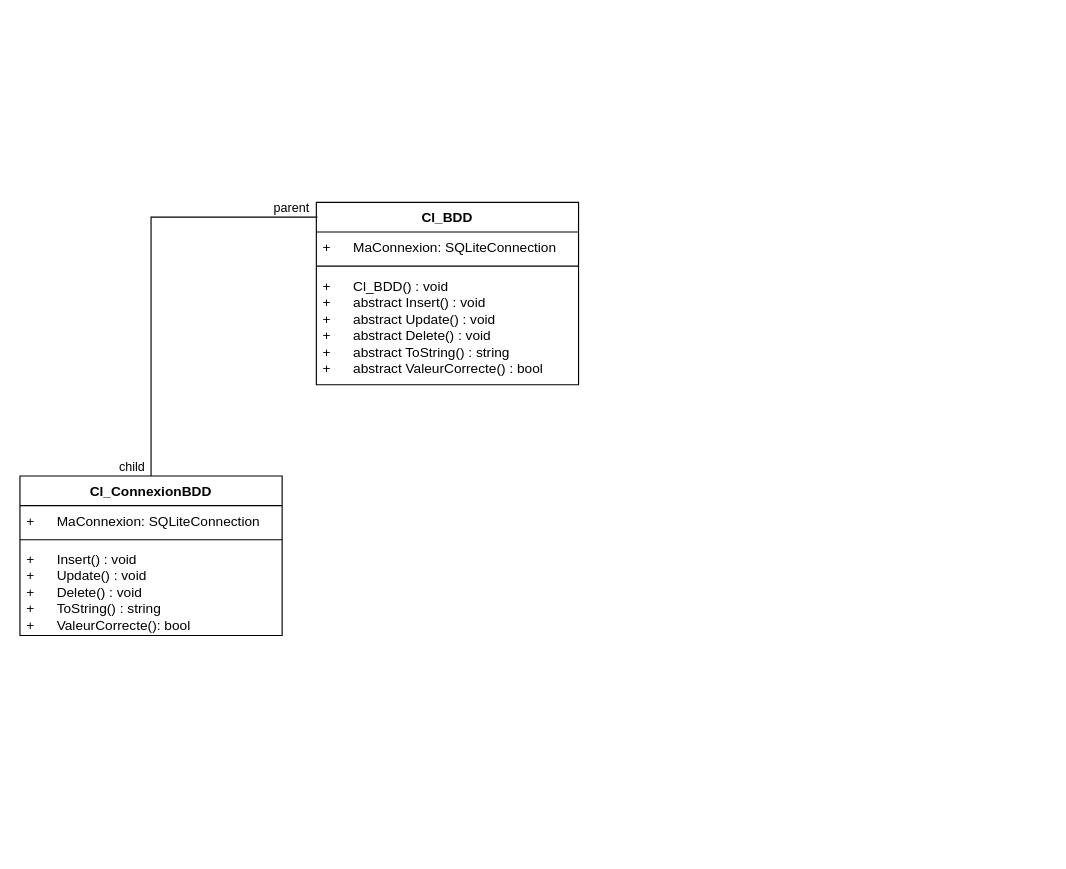
Above: GestionMessage/Document/Diagramme de classe.drawio in johanvadenne/GestionMessage (draw.io), before the change. Source tidied: cells renumbered, new cells numbered last; positions are measured from the earlier drawing's top-left corner, leaving out a move shared by most shapes. Both pictures are drawn from the tidied source at 114%, with x=0, y=0 at pixel (19, 202).
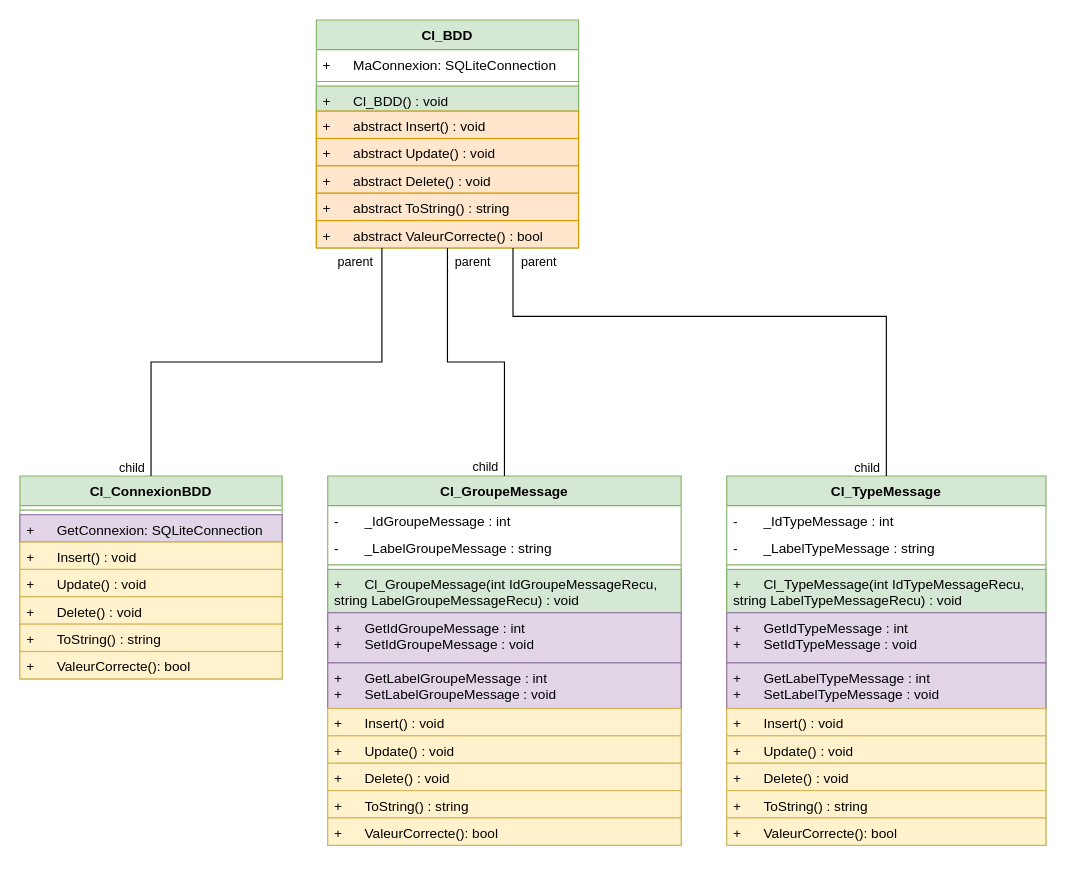
The same diagram, later.

Commit message:
Mettre à jour Diagramme de classe.drawio

Diff of the diagram source:
```diff
@@
-    <mxCell id="2" value="&lt;div&gt;Cl_BDD&lt;/div&gt;" style="swimlane;fontStyle=1;align=center;verticalAlign=top;horizontal=1;startSize=26;whiteSpace=wrap;html=1;" parent="1" vertex="1">
-      <mxGeometry x="260" width="230" height="160" as="geometry" />
+    <mxCell id="2" value="&lt;div&gt;Cl_BDD&lt;/div&gt;" style="swimlane;fontStyle=1;align=center;verticalAlign=top;horizontal=1;startSize=26;whiteSpace=wrap;html=1;fillColor=#d5e8d4;strokeColor=#82b366;" parent="1" vertex="1">
+      <mxGeometry x="260" y="-160" width="230" height="200" as="geometry" />
     </mxCell>
     <mxCell id="3" value="+&lt;span style=&quot;white-space: pre;&quot;&gt;&#9;&lt;/span&gt;MaConnexion: SQLiteConnection" style="text;strokeColor=none;fillColor=none;align=left;verticalAlign=top;spacingLeft=4;spacingRight=4;overflow=hidden;whiteSpace=wrap;html=1;" parent="2" vertex="1">
-      <mxGeometry y="26" width="230" height="26" as="geometry" />
+      <mxGeometry y="26" width="230" height="24" as="geometry" />
     </mxCell>
     <mxCell id="4" style="line;strokeWidth=1;fillColor=none;align=left;verticalAlign=middle;spacingTop=-1;spacingLeft=3;spacingRight=3;labelPosition=right;strokeColor=inherit;" parent="2" vertex="1">
-      <mxGeometry y="52" width="230" height="8" as="geometry" />
+      <mxGeometry y="50" width="230" height="8" as="geometry" />
     </mxCell>
-    <mxCell id="5" value="&lt;div&gt;+&lt;span style=&quot;white-space: pre;&quot;&gt;&#9;&lt;/span&gt;Cl_BDD() : void&lt;/div&gt;&lt;div&gt;+&lt;span style=&quot;white-space: pre;&quot;&gt;&#9;&lt;/span&gt;abstract Insert() : void&lt;br&gt;+&lt;span style=&quot;white-space: pre;&quot;&gt;&#9;&lt;/span&gt;abstract Update() : void&lt;br&gt;+&lt;span style=&quot;white-space: pre;&quot;&gt;&#9;&lt;/span&gt;abstract Delete() : void&lt;/div&gt;&lt;div&gt;+ &lt;span style=&quot;white-space: pre;&quot;&gt;&#9;&lt;/span&gt;&lt;span style=&quot;white-space: pre;&quot;&gt;&lt;/span&gt;abstract ToString() : string&lt;br&gt;&lt;/div&gt;&lt;div&gt;&lt;div&gt;+ &lt;span style=&quot;white-space: pre;&quot;&gt;&#9;&lt;/span&gt;&lt;span style=&quot;white-space: pre;&quot;&gt;&lt;/span&gt;abstract ValeurCorrecte() : bool&lt;br&gt;&lt;/div&gt;&lt;/div&gt;" style="text;strokeColor=none;fillColor=none;align=left;verticalAlign=top;spacingLeft=4;spacingRight=4;overflow=hidden;whiteSpace=wrap;html=1;" parent="2" vertex="1">
-      <mxGeometry y="60" width="230" height="100" as="geometry" />
+    <mxCell id="5" value="&lt;div&gt;+&lt;span style=&quot;white-space: pre;&quot;&gt;&#9;&lt;/span&gt;Cl_BDD() : void&lt;/div&gt;" style="text;strokeColor=#82b366;fillColor=#d5e8d4;align=left;verticalAlign=top;spacingLeft=4;spacingRight=4;overflow=hidden;whiteSpace=wrap;html=1;" parent="2" vertex="1">
+      <mxGeometry y="58" width="230" height="22" as="geometry" />
     </mxCell>
+    <mxCell id="13" value="+&lt;span style=&quot;white-space: pre;&quot;&gt;&#9;&lt;/span&gt;abstract Insert() : void" style="text;strokeColor=#d79b00;fillColor=#ffe6cc;align=left;verticalAlign=top;spacingLeft=4;spacingRight=4;overflow=hidden;whiteSpace=wrap;html=1;" parent="2" vertex="1">
+      <mxGeometry y="80" width="230" height="24" as="geometry" />
+    </mxCell>
+    <mxCell id="14" value="+&lt;span style=&quot;white-space: pre;&quot;&gt;&#9;&lt;/span&gt;abstract Update() : void" style="text;strokeColor=#d79b00;fillColor=#ffe6cc;align=left;verticalAlign=top;spacingLeft=4;spacingRight=4;overflow=hidden;whiteSpace=wrap;html=1;" parent="2" vertex="1">
+      <mxGeometry y="104" width="230" height="24" as="geometry" />
+    </mxCell>
+    <mxCell id="15" value="+&lt;span style=&quot;white-space: pre;&quot;&gt;&#9;&lt;/span&gt;abstract Delete() : void" style="text;strokeColor=#d79b00;fillColor=#ffe6cc;align=left;verticalAlign=top;spacingLeft=4;spacingRight=4;overflow=hidden;whiteSpace=wrap;html=1;" parent="2" vertex="1">
+      <mxGeometry y="128" width="230" height="24" as="geometry" />
+    </mxCell>
+    <mxCell id="16" value="+ &lt;span style=&quot;white-space: pre;&quot;&gt;&#9;&lt;/span&gt;&lt;span style=&quot;white-space: pre;&quot;&gt;&lt;/span&gt;abstract ToString() : string" style="text;strokeColor=#d79b00;fillColor=#ffe6cc;align=left;verticalAlign=top;spacingLeft=4;spacingRight=4;overflow=hidden;whiteSpace=wrap;html=1;" parent="2" vertex="1">
+      <mxGeometry y="152" width="230" height="24" as="geometry" />
+    </mxCell>
+    <mxCell id="17" value="+ &lt;span style=&quot;white-space: pre;&quot;&gt;&#9;&lt;/span&gt;&lt;span style=&quot;white-space: pre;&quot;&gt;&lt;/span&gt;abstract ValeurCorrecte() : bool" style="text;strokeColor=#d79b00;fillColor=#ffe6cc;align=left;verticalAlign=top;spacingLeft=4;spacingRight=4;overflow=hidden;whiteSpace=wrap;html=1;" parent="2" vertex="1">
+      <mxGeometry y="176" width="230" height="24" as="geometry" />
+    </mxCell>
-    <mxCell id="6" value="&lt;div&gt;Cl_ConnexionBDD&lt;br&gt;&lt;/div&gt;" style="swimlane;fontStyle=1;align=center;verticalAlign=top;horizontal=1;startSize=26;whiteSpace=wrap;html=1;" parent="1" vertex="1">
-      <mxGeometry y="240" width="230" height="140" as="geometry" />
+    <mxCell id="6" value="&lt;div&gt;Cl_ConnexionBDD&lt;br&gt;&lt;/div&gt;" style="swimlane;fontStyle=1;align=center;verticalAlign=top;horizontal=1;startSize=26;whiteSpace=wrap;html=1;fillColor=#d5e8d4;strokeColor=#82b366;" parent="1" vertex="1">
+      <mxGeometry y="240" width="230" height="178" as="geometry" />
     </mxCell>
-    <mxCell id="7" value="+&lt;span style=&quot;white-space: pre;&quot;&gt;&#9;&lt;/span&gt;MaConnexion: SQLiteConnection" style="text;strokeColor=none;fillColor=none;align=left;verticalAlign=top;spacingLeft=4;spacingRight=4;overflow=hidden;whiteSpace=wrap;html=1;" parent="6" vertex="1">
-      <mxGeometry y="26" width="230" height="26" as="geometry" />
-    </mxCell>
     <mxCell id="8" style="line;strokeWidth=1;fillColor=none;align=left;verticalAlign=middle;spacingTop=-1;spacingLeft=3;spacingRight=3;labelPosition=right;strokeColor=inherit;" parent="6" vertex="1">
-      <mxGeometry y="52" width="230" height="8" as="geometry" />
+      <mxGeometry y="26" width="230" height="8" as="geometry" />
     </mxCell>
-    <mxCell id="9" value="+&lt;span style=&quot;white-space: pre;&quot;&gt;&#9;&lt;/span&gt;Insert() : void&lt;div&gt;+&lt;span style=&quot;white-space: pre;&quot;&gt;&#9;&lt;/span&gt;Update() : void&lt;br&gt;+&lt;span style=&quot;white-space: pre;&quot;&gt;&#9;&lt;/span&gt;Delete() : void&lt;br&gt;&lt;/div&gt;&lt;div&gt;+ &lt;span style=&quot;white-space: pre;&quot;&gt;&#9;&lt;/span&gt;ToString() : string&lt;/div&gt;&lt;div&gt;+&lt;span style=&quot;white-space: pre;&quot;&gt;&#9;&lt;/span&gt;ValeurCorrecte(): bool&lt;br&gt;&lt;/div&gt;" style="text;strokeColor=none;fillColor=none;align=left;verticalAlign=top;spacingLeft=4;spacingRight=4;overflow=hidden;whiteSpace=wrap;html=1;" parent="6" vertex="1">
-      <mxGeometry y="60" width="230" height="80" as="geometry" />
+    <mxCell id="9" value="&lt;div&gt;+&lt;span style=&quot;white-space: pre;&quot;&gt;&#9;&lt;/span&gt;GetConnexion: SQLiteConnection&lt;/div&gt;" style="text;strokeColor=#9673a6;fillColor=#e1d5e7;align=left;verticalAlign=top;spacingLeft=4;spacingRight=4;overflow=hidden;whiteSpace=wrap;html=1;" parent="6" vertex="1">
+      <mxGeometry y="34" width="230" height="24" as="geometry" />
     </mxCell>
+    <mxCell id="18" value="+&lt;span style=&quot;white-space: pre;&quot;&gt;&#9;&lt;/span&gt;Insert() : void" style="text;strokeColor=#d6b656;fillColor=#fff2cc;align=left;verticalAlign=top;spacingLeft=4;spacingRight=4;overflow=hidden;whiteSpace=wrap;html=1;" parent="6" vertex="1">
+      <mxGeometry y="58" width="230" height="24" as="geometry" />
+    </mxCell>
+    <mxCell id="19" value="+&lt;span style=&quot;white-space: pre;&quot;&gt;&#9;&lt;/span&gt;Update() : void" style="text;strokeColor=#d6b656;fillColor=#fff2cc;align=left;verticalAlign=top;spacingLeft=4;spacingRight=4;overflow=hidden;whiteSpace=wrap;html=1;" parent="6" vertex="1">
+      <mxGeometry y="82" width="230" height="24" as="geometry" />
+    </mxCell>
+    <mxCell id="20" value="+&lt;span style=&quot;white-space: pre;&quot;&gt;&#9;&lt;/span&gt;Delete() : void" style="text;strokeColor=#d6b656;fillColor=#fff2cc;align=left;verticalAlign=top;spacingLeft=4;spacingRight=4;overflow=hidden;whiteSpace=wrap;html=1;" parent="6" vertex="1">
+      <mxGeometry y="106" width="230" height="24" as="geometry" />
+    </mxCell>
+    <mxCell id="21" value="+ &lt;span style=&quot;white-space: pre;&quot;&gt;&#9;&lt;/span&gt;ToString() : string" style="text;strokeColor=#d6b656;fillColor=#fff2cc;align=left;verticalAlign=top;spacingLeft=4;spacingRight=4;overflow=hidden;whiteSpace=wrap;html=1;" parent="6" vertex="1">
+      <mxGeometry y="130" width="230" height="24" as="geometry" />
+    </mxCell>
+    <mxCell id="22" value="&lt;div&gt;+&lt;span style=&quot;white-space: pre;&quot;&gt;&#9;&lt;/span&gt;ValeurCorrecte(): bool&lt;br&gt;&lt;/div&gt;" style="text;strokeColor=#d6b656;fillColor=#fff2cc;align=left;verticalAlign=top;spacingLeft=4;spacingRight=4;overflow=hidden;whiteSpace=wrap;html=1;" parent="6" vertex="1">
+      <mxGeometry y="154" width="230" height="24" as="geometry" />
+    </mxCell>
-    <mxCell id="10" style="endArrow=none;html=1;edgeStyle=orthogonalEdgeStyle;rounded=0;entryX=0.5;entryY=0;entryDx=0;entryDy=0;exitX=0.004;exitY=0.081;exitDx=0;exitDy=0;exitPerimeter=0;" parent="1" edge="1" source="2" target="6">
+    <mxCell id="10" style="endArrow=none;html=1;edgeStyle=orthogonalEdgeStyle;rounded=0;entryX=0.5;entryY=0;entryDx=0;entryDy=0;exitX=0.25;exitY=1;exitDx=0;exitDy=0;" parent="1" edge="1" source="2" target="6">
       <mxGeometry relative="1" as="geometry" />
     </mxCell>
     <mxCell id="11" value="parent" style="edgeLabel;html=1;align=left;verticalAlign=bottom;" parent="10" vertex="1">
       <mxGeometry x="-1" relative="1" as="geometry">
-        <mxPoint x="-40" as="offset" />
+        <mxPoint x="-40" y="20" as="offset" />
       </mxGeometry>
     </mxCell>
@@
+    <mxCell id="23" value="&lt;div&gt;Cl_GroupeMessage&lt;/div&gt;" style="swimlane;fontStyle=1;align=center;verticalAlign=top;horizontal=1;startSize=26;whiteSpace=wrap;html=1;fillColor=#d5e8d4;strokeColor=#82b366;" parent="1" vertex="1">
+      <mxGeometry x="270" y="240" width="310" height="324" as="geometry" />
+    </mxCell>
+    <mxCell id="24" value="&lt;div&gt;-&lt;span style=&quot;white-space: pre;&quot;&gt;&#9;&lt;/span&gt;_IdGroupeMessage : int&lt;/div&gt;&lt;div&gt;&lt;br&gt;&lt;/div&gt;" style="text;strokeColor=none;fillColor=none;align=left;verticalAlign=top;spacingLeft=4;spacingRight=4;overflow=hidden;whiteSpace=wrap;html=1;" parent="23" vertex="1">
+      <mxGeometry y="26" width="310" height="24" as="geometry" />
+    </mxCell>
+    <mxCell id="25" value="&lt;div&gt;-&lt;span style=&quot;white-space: pre;&quot;&gt;&#9;&lt;/span&gt;_LabelGroupeMessage : string&lt;/div&gt;" style="text;strokeColor=none;fillColor=none;align=left;verticalAlign=top;spacingLeft=4;spacingRight=4;overflow=hidden;whiteSpace=wrap;html=1;" parent="23" vertex="1">
+      <mxGeometry y="50" width="310" height="24" as="geometry" />
+    </mxCell>
+    <mxCell id="26" style="line;strokeWidth=1;fillColor=none;align=left;verticalAlign=middle;spacingTop=-1;spacingLeft=3;spacingRight=3;labelPosition=right;strokeColor=inherit;" parent="23" vertex="1">
+      <mxGeometry y="74" width="310" height="8" as="geometry" />
+    </mxCell>
+    <mxCell id="27" value="&lt;div&gt;+&lt;span style=&quot;white-space: pre;&quot;&gt;&#9;Cl_GroupeMessage(int IdGroupeMessageRecu, &lt;/span&gt;&lt;/div&gt;&lt;div&gt;&lt;span style=&quot;white-space: pre;&quot;&gt;string LabelGroupeMessageRecu) : void&lt;/span&gt;&lt;/div&gt;" style="text;strokeColor=#82b366;fillColor=#d5e8d4;align=left;verticalAlign=top;spacingLeft=4;spacingRight=4;overflow=hidden;whiteSpace=wrap;html=1;" parent="23" vertex="1">
+      <mxGeometry y="82" width="310" height="38" as="geometry" />
+    </mxCell>
+    <mxCell id="28" value="&lt;div&gt;+&lt;span style=&quot;white-space: pre;&quot;&gt;&#9;Get&lt;/span&gt;IdGroupeMessage : int&lt;/div&gt;&lt;div&gt;+&lt;span style=&quot;white-space: pre;&quot;&gt;&#9;Set&lt;/span&gt;IdGroupeMessage : void&lt;/div&gt;" style="text;strokeColor=#9673a6;fillColor=#e1d5e7;align=left;verticalAlign=top;spacingLeft=4;spacingRight=4;overflow=hidden;whiteSpace=wrap;html=1;" parent="23" vertex="1">
+      <mxGeometry y="120" width="310" height="44" as="geometry" />
+    </mxCell>
+    <mxCell id="29" value="&lt;div&gt;+&lt;span style=&quot;white-space: pre;&quot;&gt;&#9;&lt;/span&gt;GetLabelGroupeMessage : int&lt;/div&gt;&lt;div&gt;+&lt;span style=&quot;white-space: pre;&quot;&gt;&#9;&lt;/span&gt;SetLabelGroupeMessage : void&lt;/div&gt;" style="text;strokeColor=#9673a6;fillColor=#e1d5e7;align=left;verticalAlign=top;spacingLeft=4;spacingRight=4;overflow=hidden;whiteSpace=wrap;html=1;" parent="23" vertex="1">
+      <mxGeometry y="164" width="310" height="40" as="geometry" />
+    </mxCell>
+    <mxCell id="30" value="+&lt;span style=&quot;white-space: pre;&quot;&gt;&#9;&lt;/span&gt;Insert() : void" style="text;strokeColor=#d6b656;fillColor=#fff2cc;align=left;verticalAlign=top;spacingLeft=4;spacingRight=4;overflow=hidden;whiteSpace=wrap;html=1;" parent="23" vertex="1">
+      <mxGeometry y="204" width="310" height="24" as="geometry" />
+    </mxCell>
+    <mxCell id="31" value="+&lt;span style=&quot;white-space: pre;&quot;&gt;&#9;&lt;/span&gt;Update() : void" style="text;strokeColor=#d6b656;fillColor=#fff2cc;align=left;verticalAlign=top;spacingLeft=4;spacingRight=4;overflow=hidden;whiteSpace=wrap;html=1;" parent="23" vertex="1">
+      <mxGeometry y="228" width="310" height="24" as="geometry" />
+    </mxCell>
+    <mxCell id="32" value="+&lt;span style=&quot;white-space: pre;&quot;&gt;&#9;&lt;/span&gt;Delete() : void" style="text;strokeColor=#d6b656;fillColor=#fff2cc;align=left;verticalAlign=top;spacingLeft=4;spacingRight=4;overflow=hidden;whiteSpace=wrap;html=1;" parent="23" vertex="1">
+      <mxGeometry y="252" width="310" height="24" as="geometry" />
+    </mxCell>
+    <mxCell id="33" value="+ &lt;span style=&quot;white-space: pre;&quot;&gt;&#9;&lt;/span&gt;ToString() : string" style="text;strokeColor=#d6b656;fillColor=#fff2cc;align=left;verticalAlign=top;spacingLeft=4;spacingRight=4;overflow=hidden;whiteSpace=wrap;html=1;" parent="23" vertex="1">
+      <mxGeometry y="276" width="310" height="24" as="geometry" />
+    </mxCell>
+    <mxCell id="34" value="&lt;div&gt;+&lt;span style=&quot;white-space: pre;&quot;&gt;&#9;&lt;/span&gt;ValeurCorrecte(): bool&lt;br&gt;&lt;/div&gt;" style="text;strokeColor=#d6b656;fillColor=#fff2cc;align=left;verticalAlign=top;spacingLeft=4;spacingRight=4;overflow=hidden;whiteSpace=wrap;html=1;" parent="23" vertex="1">
+      <mxGeometry y="300" width="310" height="24" as="geometry" />
+    </mxCell>
+    <mxCell id="35" style="endArrow=none;html=1;edgeStyle=orthogonalEdgeStyle;rounded=0;entryX=0.5;entryY=0;entryDx=0;entryDy=0;exitX=0.5;exitY=1;exitDx=0;exitDy=0;" parent="1" edge="1" source="2" target="23">
+      <mxGeometry relative="1" as="geometry" />
+    </mxCell>
+    <mxCell id="36" value="parent" style="edgeLabel;html=1;align=left;verticalAlign=bottom;" parent="35" vertex="1">
+      <mxGeometry x="-1" relative="1" as="geometry">
+        <mxPoint x="5" y="20" as="offset" />
+      </mxGeometry>
+    </mxCell>
+    <mxCell id="37" value="child" style="edgeLabel;html=1;align=right;verticalAlign=bottom;" parent="35" vertex="1">
+      <mxGeometry x="1" relative="1" as="geometry">
+        <mxPoint x="-5" as="offset" />
+      </mxGeometry>
+    </mxCell>
+    <mxCell id="38" value="Cl_TypeMessage" style="swimlane;fontStyle=1;align=center;verticalAlign=top;horizontal=1;startSize=26;whiteSpace=wrap;html=1;fillColor=#d5e8d4;strokeColor=#82b366;" parent="1" vertex="1">
+      <mxGeometry x="620" y="240" width="280" height="324" as="geometry" />
+    </mxCell>
+    <mxCell id="39" value="&lt;div&gt;-&lt;span style=&quot;white-space: pre;&quot;&gt;&#9;&lt;/span&gt;_IdTypeMessage : int&lt;/div&gt;&lt;div&gt;&lt;br&gt;&lt;/div&gt;" style="text;strokeColor=none;fillColor=none;align=left;verticalAlign=top;spacingLeft=4;spacingRight=4;overflow=hidden;whiteSpace=wrap;html=1;" parent="38" vertex="1">
+      <mxGeometry y="26" width="280" height="24" as="geometry" />
+    </mxCell>
+    <mxCell id="40" value="&lt;div&gt;-&lt;span style=&quot;white-space: pre;&quot;&gt;&#9;&lt;/span&gt;_LabelTypeMessage : string&lt;/div&gt;" style="text;strokeColor=none;fillColor=none;align=left;verticalAlign=top;spacingLeft=4;spacingRight=4;overflow=hidden;whiteSpace=wrap;html=1;" parent="38" vertex="1">
+      <mxGeometry y="50" width="280" height="24" as="geometry" />
+    </mxCell>
+    <mxCell id="41" style="line;strokeWidth=1;fillColor=none;align=left;verticalAlign=middle;spacingTop=-1;spacingLeft=3;spacingRight=3;labelPosition=right;strokeColor=inherit;" parent="38" vertex="1">
+      <mxGeometry y="74" width="280" height="8" as="geometry" />
+    </mxCell>
+    <mxCell id="42" value="&lt;div&gt;+&lt;span style=&quot;white-space: pre;&quot;&gt;&#9;Cl_TypeMessage(int IdTypeMessageRecu, &lt;/span&gt;&lt;/div&gt;&lt;div&gt;&lt;span style=&quot;white-space: pre;&quot;&gt;string LabelTypeMessageRecu) : void&lt;/span&gt;&lt;/div&gt;" style="text;strokeColor=#82b366;fillColor=#d5e8d4;align=left;verticalAlign=top;spacingLeft=4;spacingRight=4;overflow=hidden;whiteSpace=wrap;html=1;" parent="38" vertex="1">
+      <mxGeometry y="82" width="280" height="38" as="geometry" />
+    </mxCell>
+    <mxCell id="43" value="&lt;div&gt;+&lt;span style=&quot;white-space: pre;&quot;&gt;&#9;Get&lt;/span&gt;IdTypeMessage : int&lt;/div&gt;&lt;div&gt;+&lt;span style=&quot;white-space: pre;&quot;&gt;&#9;Set&lt;/span&gt;IdTypeMessage : void&lt;/div&gt;" style="text;strokeColor=#9673a6;fillColor=#e1d5e7;align=left;verticalAlign=top;spacingLeft=4;spacingRight=4;overflow=hidden;whiteSpace=wrap;html=1;" parent="38" vertex="1">
+      <mxGeometry y="120" width="280" height="44" as="geometry" />
+    </mxCell>
+    <mxCell id="44" value="&lt;div&gt;+&lt;span style=&quot;white-space: pre;&quot;&gt;&#9;&lt;/span&gt;GetLabelTypeMessage : int&lt;/div&gt;&lt;div&gt;+&lt;span style=&quot;white-space: pre;&quot;&gt;&#9;&lt;/span&gt;SetLabelTypeMessage : void&lt;/div&gt;" style="text;strokeColor=#9673a6;fillColor=#e1d5e7;align=left;verticalAlign=top;spacingLeft=4;spacingRight=4;overflow=hidden;whiteSpace=wrap;html=1;" parent="38" vertex="1">
+      <mxGeometry y="164" width="280" height="40" as="geometry" />
+    </mxCell>
+    <mxCell id="45" value="+&lt;span style=&quot;white-space: pre;&quot;&gt;&#9;&lt;/span&gt;Insert() : void" style="text;strokeColor=#d6b656;fillColor=#fff2cc;align=left;verticalAlign=top;spacingLeft=4;spacingRight=4;overflow=hidden;whiteSpace=wrap;html=1;" parent="38" vertex="1">
+      <mxGeometry y="204" width="280" height="24" as="geometry" />
+    </mxCell>
+    <mxCell id="46" value="+&lt;span style=&quot;white-space: pre;&quot;&gt;&#9;&lt;/span&gt;Update() : void" style="text;strokeColor=#d6b656;fillColor=#fff2cc;align=left;verticalAlign=top;spacingLeft=4;spacingRight=4;overflow=hidden;whiteSpace=wrap;html=1;" parent="38" vertex="1">
+      <mxGeometry y="228" width="280" height="24" as="geometry" />
+    </mxCell>
+    <mxCell id="47" value="+&lt;span style=&quot;white-space: pre;&quot;&gt;&#9;&lt;/span&gt;Delete() : void" style="text;strokeColor=#d6b656;fillColor=#fff2cc;align=left;verticalAlign=top;spacingLeft=4;spacingRight=4;overflow=hidden;whiteSpace=wrap;html=1;" parent="38" vertex="1">
+      <mxGeometry y="252" width="280" height="24" as="geometry" />
+    </mxCell>
+    <mxCell id="48" value="+ &lt;span style=&quot;white-space: pre;&quot;&gt;&#9;&lt;/span&gt;ToString() : string" style="text;strokeColor=#d6b656;fillColor=#fff2cc;align=left;verticalAlign=top;spacingLeft=4;spacingRight=4;overflow=hidden;whiteSpace=wrap;html=1;" parent="38" vertex="1">
+      <mxGeometry y="276" width="280" height="24" as="geometry" />
+    </mxCell>
+    <mxCell id="49" value="&lt;div&gt;+&lt;span style=&quot;white-space: pre;&quot;&gt;&#9;&lt;/span&gt;ValeurCorrecte(): bool&lt;br&gt;&lt;/div&gt;" style="text;strokeColor=#d6b656;fillColor=#fff2cc;align=left;verticalAlign=top;spacingLeft=4;spacingRight=4;overflow=hidden;whiteSpace=wrap;html=1;" parent="38" vertex="1">
+      <mxGeometry y="300" width="280" height="24" as="geometry" />
+    </mxCell>
+    <mxCell id="50" style="endArrow=none;html=1;edgeStyle=orthogonalEdgeStyle;rounded=0;entryX=0.5;entryY=0;entryDx=0;entryDy=0;exitX=0.75;exitY=1;exitDx=0;exitDy=0;" parent="1" edge="1" source="2" target="38">
+      <mxGeometry relative="1" as="geometry">
+        <Array as="points">
+          <mxPoint x="433" y="100" />
+          <mxPoint x="760" y="100" />
+        </Array>
+      </mxGeometry>
+    </mxCell>
+    <mxCell id="51" value="parent" style="edgeLabel;html=1;align=left;verticalAlign=bottom;" parent="50" vertex="1">
+      <mxGeometry x="-1" relative="1" as="geometry">
+        <mxPoint x="5" y="20" as="offset" />
+      </mxGeometry>
+    </mxCell>
+    <mxCell id="52" value="child" style="edgeLabel;html=1;align=right;verticalAlign=bottom;" parent="50" vertex="1">
+      <mxGeometry x="1" relative="1" as="geometry">
+        <mxPoint x="-5" as="offset" />
+      </mxGeometry>
+    </mxCell>
```
